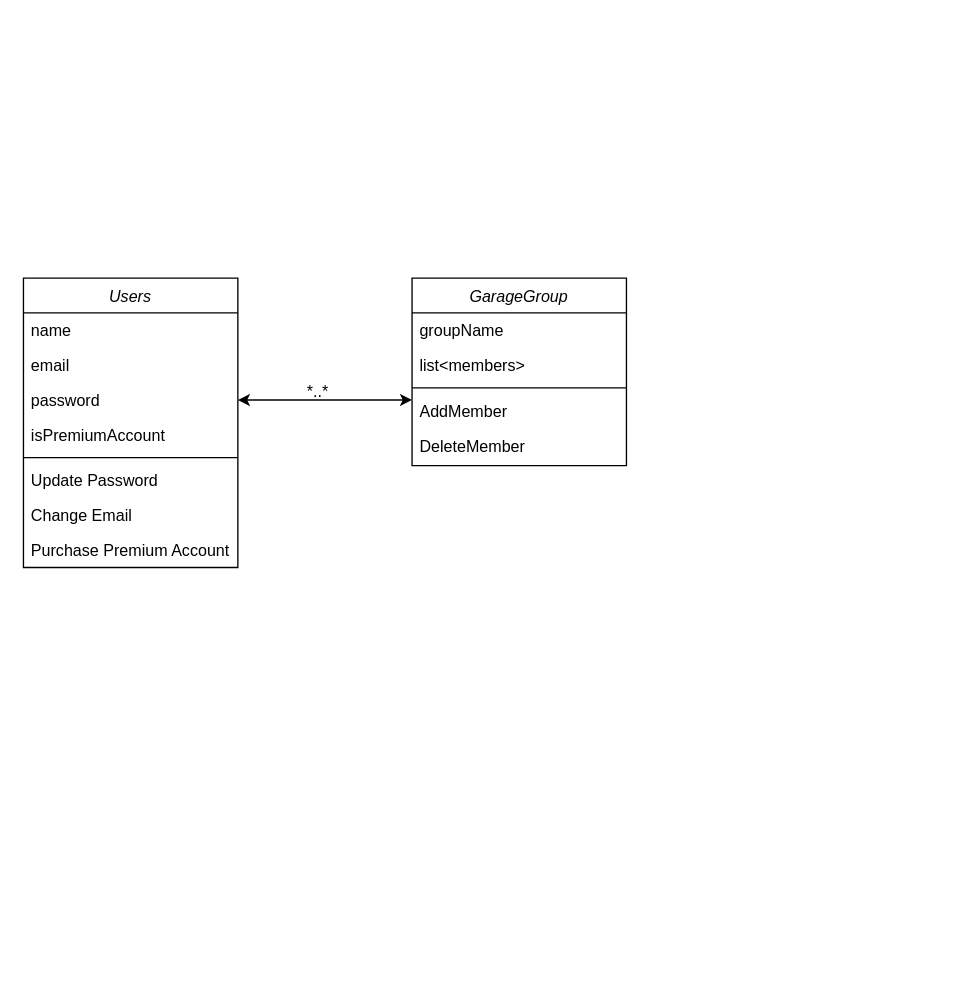
This is Diagrams/TrackFusionCapstoneClassDiagram.drawio from lfindlay24/track-fusion-capstone, a draw.io file, before an edit. Source tidied: cells renumbered, new cells numbered last; positions are measured from the earlier drawing's top-left corner, leaving out a move shared by most shapes. Both pictures are drawn from the tidied source at 134%, with x=0, y=0 at pixel (23, 277).
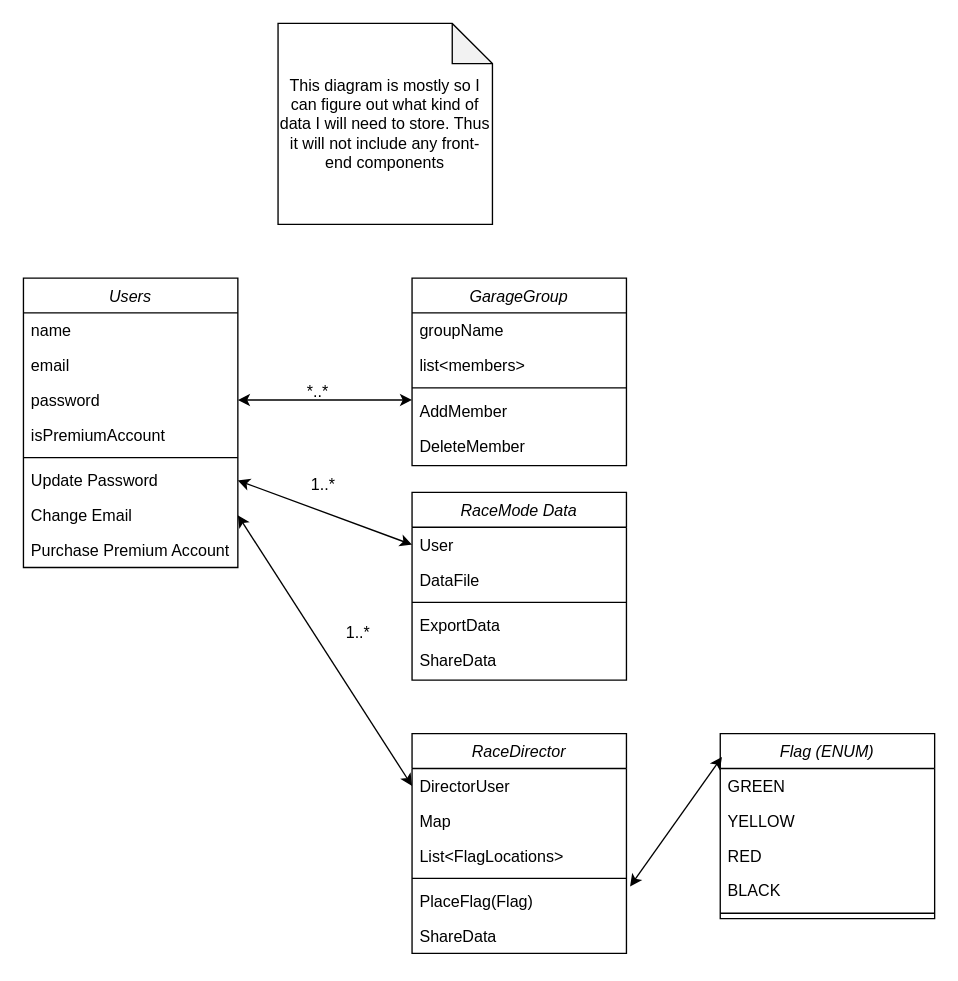
The same page after the edit.

Commit message (it also covers changes not shown here):
Updated my class diagram

Unchanged cells that the change refers to:
```xml
<mxCell id="8" value="Update Password" style="text;align=left;verticalAlign=top;spacingLeft=4;spacingRight=4;overflow=hidden;points=[[0,0.5],[1,0.5]];portConstraint=eastwest;" parent="2" vertex="1">
  <mxGeometry y="138" width="160" height="26" as="geometry" />
</mxCell>
<mxCell id="9" value="Change Email" style="text;align=left;verticalAlign=top;spacingLeft=4;spacingRight=4;overflow=hidden;points=[[0,0.5],[1,0.5]];portConstraint=eastwest;" parent="2" vertex="1">
  <mxGeometry y="164" width="160" height="26" as="geometry" />
</mxCell>
```

Diff of the diagram source:
```diff
@@
+    <mxCell id="19" value="RaceMode Data" style="swimlane;fontStyle=2;align=center;verticalAlign=top;horizontal=1;startSize=26;rounded=0;shadow=0;strokeWidth=1;" parent="1" vertex="1">
+      <mxGeometry x="290" y="160" width="160" height="140" as="geometry" />
+    </mxCell>
+    <mxCell id="20" value="User" style="text;align=left;verticalAlign=top;spacingLeft=4;spacingRight=4;overflow=hidden;points=[[0,0.5],[1,0.5]];portConstraint=eastwest;" parent="19" vertex="1">
+      <mxGeometry y="26" width="160" height="26" as="geometry" />
+    </mxCell>
+    <mxCell id="21" value="DataFile" style="text;align=left;verticalAlign=top;spacingLeft=4;spacingRight=4;overflow=hidden;" parent="19" vertex="1">
+      <mxGeometry y="52" width="160" height="26" as="geometry" />
+    </mxCell>
+    <mxCell id="22" style="line;html=1;strokeWidth=1;align=left;verticalAlign=middle;spacingTop=-1;spacingLeft=3;spacingRight=3;labelPosition=right;" parent="19" vertex="1">
+      <mxGeometry y="78" width="160" height="8" as="geometry" />
+    </mxCell>
+    <mxCell id="23" value="ExportData" style="text;align=left;verticalAlign=top;spacingLeft=4;spacingRight=4;overflow=hidden;" parent="19" vertex="1">
+      <mxGeometry y="86" width="160" height="26" as="geometry" />
+    </mxCell>
+    <mxCell id="24" value="ShareData" style="text;align=left;verticalAlign=top;spacingLeft=4;spacingRight=4;overflow=hidden;" parent="19" vertex="1">
+      <mxGeometry y="112" width="160" height="26" as="geometry" />
+    </mxCell>
+    <mxCell id="25" style="endArrow=classic;startArrow=classic;html=1;rounded=0;entryX=0;entryY=0.5;entryDx=0;entryDy=0;exitX=1;exitY=0.5;exitDx=0;exitDy=0;" parent="1" edge="1" source="8" target="20">
+      <mxGeometry relative="1" as="geometry" />
+    </mxCell>
+    <mxCell id="26" value="1..*" style="text;html=1;strokeColor=none;fillColor=none;align=center;verticalAlign=middle;whiteSpace=wrap;rounded=0;" parent="1" vertex="1">
+      <mxGeometry x="194" y="140" width="60" height="30" as="geometry" />
+    </mxCell>
+    <mxCell id="27" value="RaceDirector" style="swimlane;fontStyle=2;align=center;verticalAlign=top;horizontal=1;startSize=26;rounded=0;shadow=0;strokeWidth=1;" parent="1" vertex="1">
+      <mxGeometry x="290" y="340" width="160" height="164" as="geometry" />
+    </mxCell>
+    <mxCell id="28" value="DirectorUser" style="text;align=left;verticalAlign=top;spacingLeft=4;spacingRight=4;overflow=hidden;points=[[0,0.5],[1,0.5]];portConstraint=eastwest;" parent="27" vertex="1">
+      <mxGeometry y="26" width="160" height="26" as="geometry" />
+    </mxCell>
+    <mxCell id="29" value="Map" style="text;align=left;verticalAlign=top;spacingLeft=4;spacingRight=4;overflow=hidden;" parent="27" vertex="1">
+      <mxGeometry y="52" width="160" height="26" as="geometry" />
+    </mxCell>
+    <mxCell id="30" value="List&lt;FlagLocations&gt;" style="text;align=left;verticalAlign=top;spacingLeft=4;spacingRight=4;overflow=hidden;" parent="27" vertex="1">
+      <mxGeometry y="78" width="160" height="26" as="geometry" />
+    </mxCell>
+    <mxCell id="31" style="line;html=1;strokeWidth=1;align=left;verticalAlign=middle;spacingTop=-1;spacingLeft=3;spacingRight=3;labelPosition=right;" parent="27" vertex="1">
+      <mxGeometry y="104" width="160" height="8" as="geometry" />
+    </mxCell>
+    <mxCell id="32" value="PlaceFlag(Flag)" style="text;align=left;verticalAlign=top;spacingLeft=4;spacingRight=4;overflow=hidden;points=[[0,0.5],[1,0.5]];portConstraint=eastwest;" parent="27" vertex="1">
+      <mxGeometry y="112" width="160" height="26" as="geometry" />
+    </mxCell>
+    <mxCell id="33" value="ShareData" style="text;align=left;verticalAlign=top;spacingLeft=4;spacingRight=4;overflow=hidden;" parent="27" vertex="1">
+      <mxGeometry y="138" width="160" height="26" as="geometry" />
+    </mxCell>
+    <mxCell id="34" value="Flag (ENUM)" style="swimlane;fontStyle=2;align=center;verticalAlign=top;horizontal=1;startSize=26;rounded=0;shadow=0;strokeWidth=1;" parent="1" vertex="1">
+      <mxGeometry x="520" y="340" width="160" height="138" as="geometry" />
+    </mxCell>
+    <mxCell id="35" value="GREEN" style="text;align=left;verticalAlign=top;spacingLeft=4;spacingRight=4;overflow=hidden;" parent="34" vertex="1">
+      <mxGeometry y="26" width="160" height="26" as="geometry" />
+    </mxCell>
+    <mxCell id="36" value="YELLOW" style="text;align=left;verticalAlign=top;spacingLeft=4;spacingRight=4;overflow=hidden;" parent="34" vertex="1">
+      <mxGeometry y="52" width="160" height="26" as="geometry" />
+    </mxCell>
+    <mxCell id="37" value="RED" style="text;align=left;verticalAlign=top;spacingLeft=4;spacingRight=4;overflow=hidden;" parent="34" vertex="1">
+      <mxGeometry y="78" width="160" height="26" as="geometry" />
+    </mxCell>
+    <mxCell id="38" value="BLACK" style="text;align=left;verticalAlign=top;spacingLeft=4;spacingRight=4;overflow=hidden;" parent="34" vertex="1">
+      <mxGeometry y="104" width="160" height="26" as="geometry" />
+    </mxCell>
+    <mxCell id="39" style="line;html=1;strokeWidth=1;align=left;verticalAlign=middle;spacingTop=-1;spacingLeft=3;spacingRight=3;labelPosition=right;" parent="34" vertex="1">
+      <mxGeometry y="130" width="160" height="8" as="geometry" />
+    </mxCell>
+    <mxCell id="40" style="endArrow=classic;startArrow=classic;html=1;rounded=0;entryX=0;entryY=0.5;entryDx=0;entryDy=0;exitX=1;exitY=0.5;exitDx=0;exitDy=0;" parent="1" edge="1" source="9" target="28">
+      <mxGeometry relative="1" as="geometry" />
+    </mxCell>
+    <mxCell id="41" style="endArrow=classic;startArrow=classic;html=1;rounded=0;entryX=0.008;entryY=0.126;entryDx=0;entryDy=0;exitX=1.017;exitY=0.077;exitDx=0;exitDy=0;exitPerimeter=0;entryPerimeter=0;" parent="1" edge="1" source="32" target="34">
+      <mxGeometry relative="1" as="geometry" />
+    </mxCell>
+    <mxCell id="42" value="1..*" style="text;html=1;strokeColor=none;fillColor=none;align=center;verticalAlign=middle;whiteSpace=wrap;rounded=0;" parent="1" vertex="1">
+      <mxGeometry x="220" y="250" width="60" height="30" as="geometry" />
+    </mxCell>
+    <mxCell id="43" value="This diagram is mostly so I can figure out what kind of data I will need to store. Thus it will not include any front-end components" style="shape=note;whiteSpace=wrap;html=1;backgroundOutline=1;darkOpacity=0.05;" parent="1" vertex="1">
+      <mxGeometry x="190" y="-190" width="160" height="150" as="geometry" />
+    </mxCell>
```
